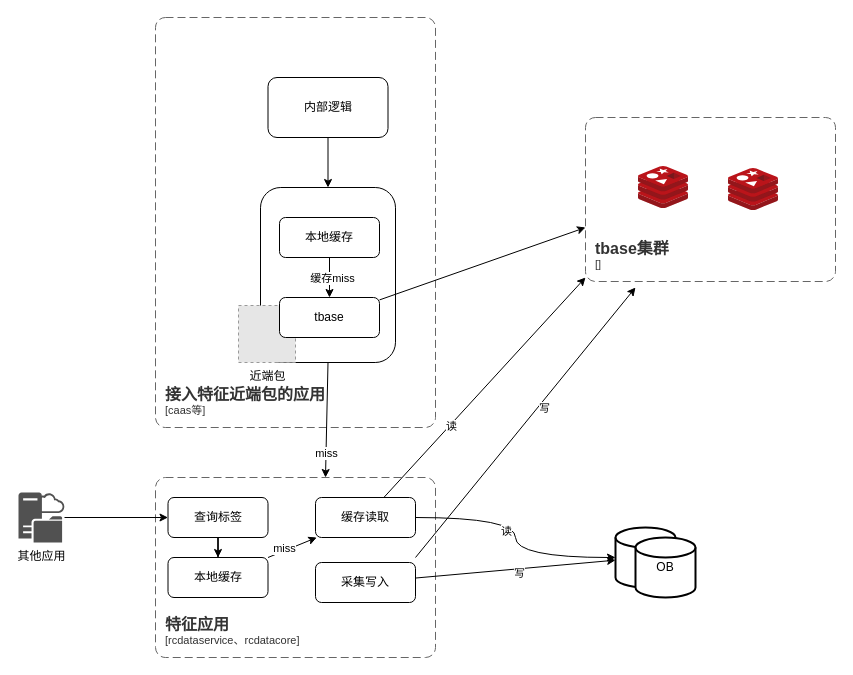
Above: doc/draw/未命名绘图.drawio in LiYeLin/fruitSellerClient (draw.io), before the change. Source tidied: cells renumbered, new cells numbered last; positions are measured from the earlier drawing's top-left corner, leaving out a move shared by most shapes. Both pictures are drawn from the tidied source at 100%, with x=0, y=0 at pixel (18, 17). Pictures stored in the file or linked from it are replaced by grey dashed boxes.
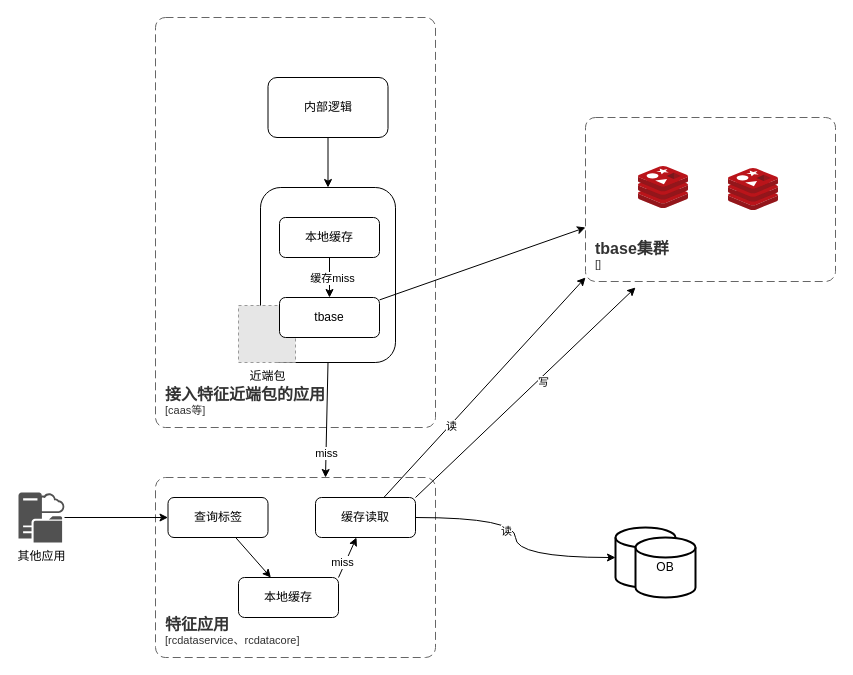
After the change.

Commit message (it also covers changes not shown here):
更新未命名绘图.drawio

The change refers to these unchanged cells:
```xml
<mxCell id="17" value="查询标签" style="rounded=1;whiteSpace=wrap;html=1;" parent="1" vertex="1">
  <mxGeometry x="149.5" y="480" width="100" height="40" as="geometry" />
</mxCell>
<mxCell id="28" style="strokeWidth=2;html=1;shape=mxgraph.flowchart.database;whiteSpace=wrap;" parent="27" vertex="1">
  <mxGeometry width="60" height="60" as="geometry" />
</mxCell>
<mxCell id="36" value="缓存读取" style="rounded=1;whiteSpace=wrap;html=1;" parent="1" vertex="1">
  <mxGeometry x="297" y="480" width="100" height="40" as="geometry" />
</mxCell>
```

What changed in the source:
```diff
@@
     <mxCell id="15" value="本地缓存" style="rounded=1;whiteSpace=wrap;html=1;" parent="1" vertex="1">
-      <mxGeometry x="149.5" y="540" width="100" height="40" as="geometry" />
+      <mxGeometry x="220" y="560" width="100" height="40" as="geometry" />
     </mxCell>
-    <mxCell id="16" style="edgeStyle=orthogonalEdgeStyle;rounded=0;jettySize=auto;html=1;" parent="1" edge="1" source="17" target="15">
+    <mxCell id="16" style="rounded=0;jettySize=auto;html=1;" parent="1" edge="1" source="17" target="15">
       <mxGeometry relative="1" as="geometry" />
     </mxCell>
@@
-    <mxCell id="22" style="rounded=0;jettySize=auto;html=1;" parent="1" edge="1" source="26" target="28">
-      <mxGeometry relative="1" as="geometry" />
-    </mxCell>
-    <mxCell id="23" value="写" style="edgeLabel;html=1;align=center;verticalAlign=middle;" parent="22" vertex="1">
-      <mxGeometry x="0.04" y="-4" relative="1" as="geometry" />
-    </mxCell>
-    <mxCell id="24" style="rounded=0;orthogonalLoop=1;jettySize=auto;html=1;" parent="1" edge="1">
+    <mxCell id="24" style="rounded=0;jettySize=auto;html=1;exitX=1;exitY=0;exitDx=0;exitDy=0;" parent="1" edge="1" source="36">
       <mxGeometry relative="1" as="geometry">
-        <mxPoint x="397" y="540" as="sourcePoint" />
         <mxPoint x="617" y="270" as="targetPoint" />
       </mxGeometry>
     </mxCell>
@@
-    <mxCell id="26" value="采集写入" style="rounded=1;whiteSpace=wrap;html=1;" parent="1" vertex="1">
-      <mxGeometry x="297" y="545" width="100" height="40" as="geometry" />
-    </mxCell>
```
